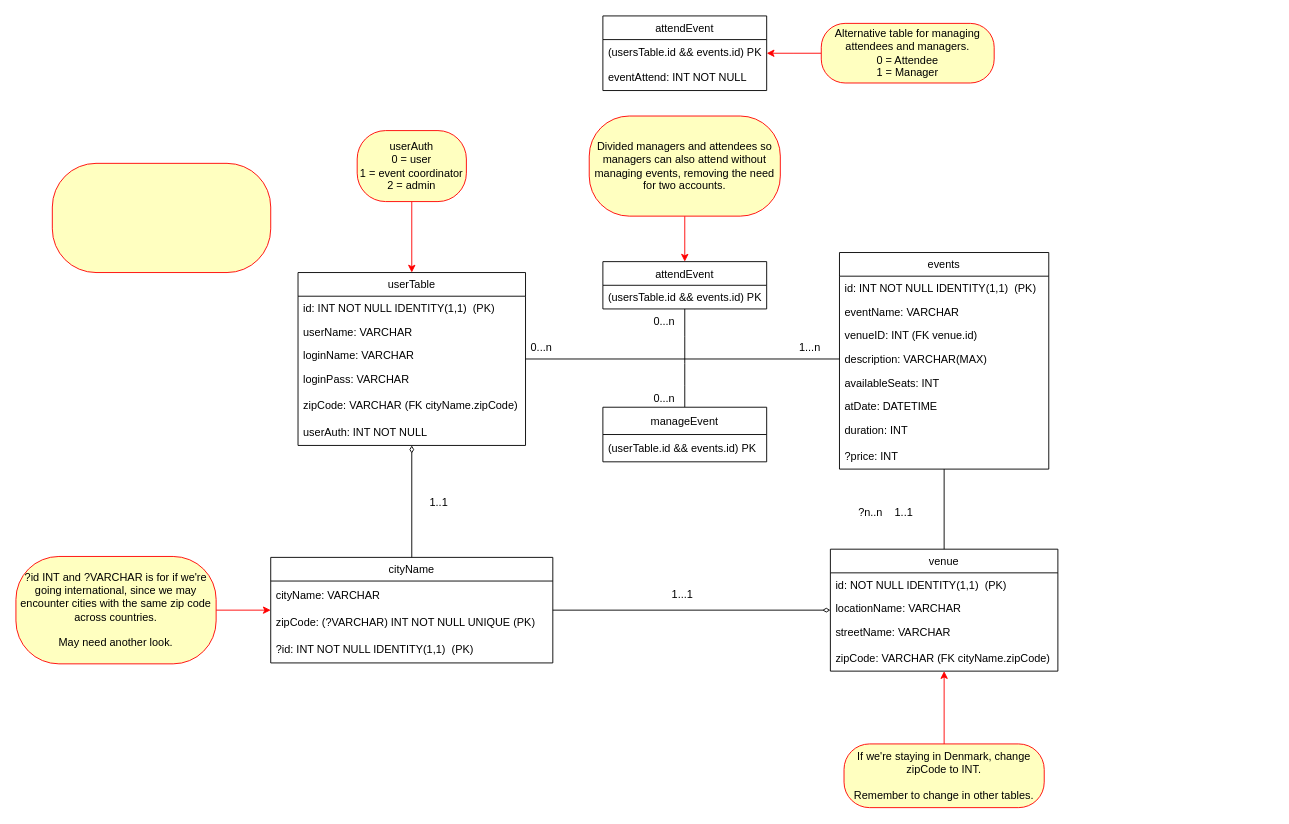
The draw.io diagram .design/event manager.drawio in sandbxk/EventManager, before the edit. Source tidied: cells renumbered, new cells numbered last; positions are measured from the earlier drawing's top-left corner, leaving out a move shared by most shapes. Both pictures are drawn from the tidied source at 91%, with x=0, y=0 at pixel (15, 15).
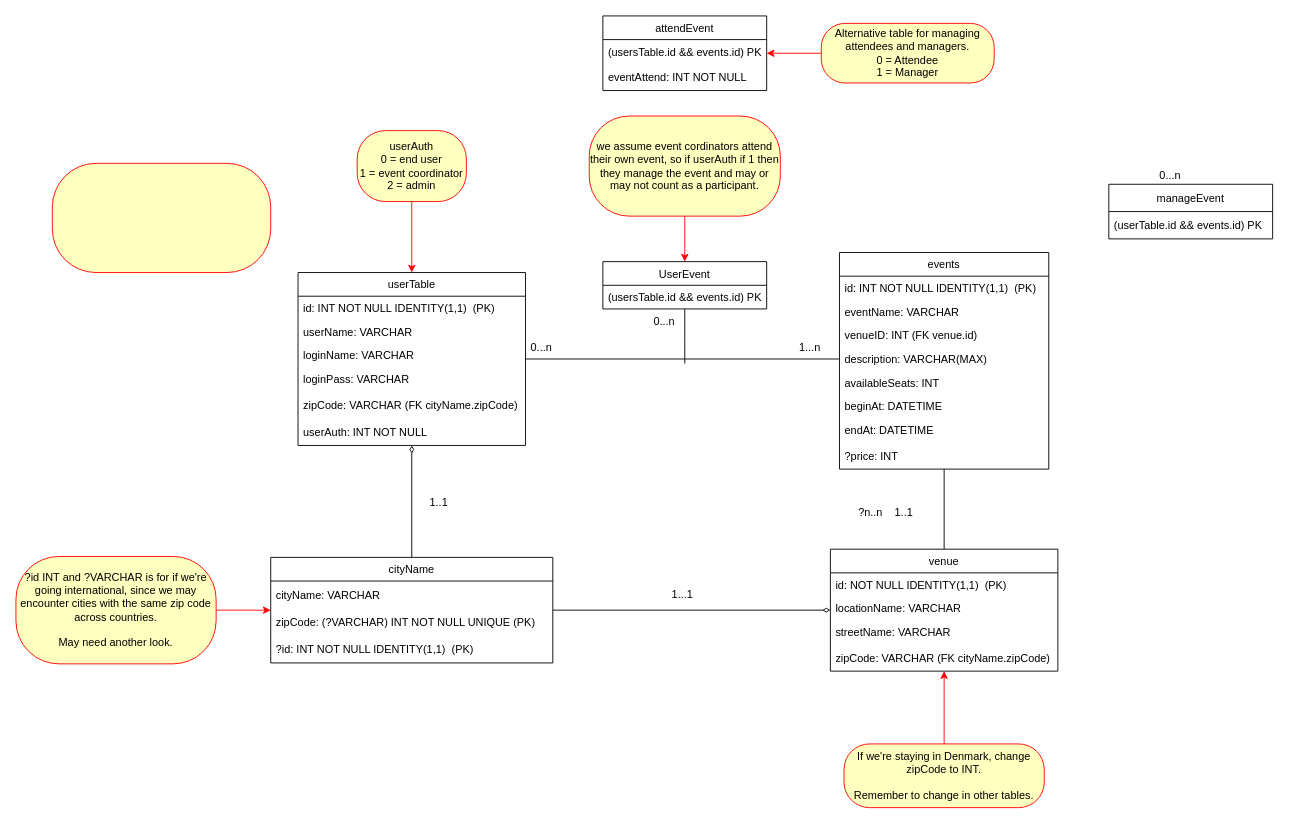
After the change.

Commit message (it also covers changes not shown here):
databaseCraetionScript and sql map update

Unchanged cells that the change refers to:
```xml
<mxCell id="2" value="events" style="swimlane;fontStyle=0;horizontal=1;startSize=26;fillColor=none;" parent="1" vertex="1">
  <mxGeometry x="905" y="260" width="230" height="238" as="geometry" />
</mxCell>
```

Change to the diagram source:
```diff
@@
-    <mxCell id="8" value="atDate: DATETIME" style="text;strokeColor=none;fillColor=none;align=left;verticalAlign=top;spacingLeft=4;spacingRight=4;overflow=hidden;" parent="2" vertex="1">
+    <mxCell id="8" value="beginAt: DATETIME" style="text;strokeColor=none;fillColor=none;align=left;verticalAlign=top;spacingLeft=4;spacingRight=4;overflow=hidden;" parent="2" vertex="1">
       <mxGeometry y="156" width="230" height="26" as="geometry" />
     </mxCell>
-    <mxCell id="9" value="duration: INT" style="text;strokeColor=none;fillColor=none;align=left;verticalAlign=top;spacingLeft=4;spacingRight=4;overflow=hidden;" parent="2" vertex="1">
-      <mxGeometry y="182" width="230" height="26" as="geometry" />
-    </mxCell>
+    <mxCell id="59" value="endAt: DATETIME" style="text;strokeColor=none;fillColor=none;align=left;verticalAlign=top;spacingLeft=4;spacingRight=4;overflow=hidden;" parent="2" vertex="1">
+      <mxGeometry y="182" width="230" height="26" as="geometry" />
+    </mxCell>
@@
-    <mxCell id="25" value="attendEvent" style="swimlane;fontStyle=0;horizontal=1;startSize=26;fillColor=none;" parent="1" vertex="1">
+    <mxCell id="25" value="UserEvent" style="swimlane;fontStyle=0;horizontal=1;startSize=26;fillColor=none;" parent="1" vertex="1">
       <mxGeometry x="645" y="270" width="180" height="52" as="geometry" />
     </mxCell>
@@
-    <mxCell id="28" value="userAuth&lt;br&gt;0 = user&lt;br&gt;1 = event coordinator&lt;br&gt;2 = admin" style="rounded=1;whiteSpace=wrap;html=1;arcSize=40;fontColor=#000000;fillColor=#ffffc0;strokeColor=#ff0000;" parent="1" vertex="1">
+    <mxCell id="28" value="userAuth&lt;br&gt;0 = end user&lt;br&gt;1 = event coordinator&lt;br&gt;2 = admin" style="rounded=1;whiteSpace=wrap;html=1;arcSize=40;fontColor=#000000;fillColor=#ffffc0;strokeColor=#ff0000;" parent="1" vertex="1">
       <mxGeometry x="375" y="126" width="120" height="78" as="geometry" />
     </mxCell>
@@
-    <mxCell id="34" style="edgeStyle=orthogonalEdgeStyle;rounded=0;jettySize=auto;html=1;endArrow=none;endFill=0;strokeColor=#000000;" parent="1" edge="1" source="35">
-      <mxGeometry relative="1" as="geometry">
-        <mxPoint x="735" y="382" as="targetPoint" />
-      </mxGeometry>
-    </mxCell>
     <mxCell id="35" value="manageEvent" style="swimlane;fontStyle=0;horizontal=1;startSize=30;" parent="1" vertex="1">
-      <mxGeometry x="645" y="430" width="180" height="60" as="geometry" />
+      <mxGeometry x="1201" y="185" width="180" height="60" as="geometry" />
     </mxCell>
@@
-    <mxCell id="38" value="Divided managers and attendees so managers can also attend without managing events, removing the need for two accounts." style="rounded=1;whiteSpace=wrap;html=1;arcSize=40;fontColor=#000000;fillColor=#ffffc0;strokeColor=#ff0000;" parent="1" vertex="1">
+    <mxCell id="38" value="we assume event cordinators attend their own event, so if userAuth if 1 then they manage the event and may or may not count as a participant." style="rounded=1;whiteSpace=wrap;html=1;arcSize=40;fontColor=#000000;fillColor=#ffffc0;strokeColor=#ff0000;" parent="1" vertex="1">
       <mxGeometry x="630" y="110" width="210" height="110" as="geometry" />
     </mxCell>
@@
     <mxCell id="49" value="0...n" style="text;strokeColor=none;fillColor=none;align=left;verticalAlign=middle;spacingLeft=4;spacingRight=4;overflow=hidden;" parent="1" vertex="1">
-      <mxGeometry x="695" y="405" width="40" height="30" as="geometry" />
+      <mxGeometry x="1251" y="160" width="40" height="30" as="geometry" />
     </mxCell>
```
